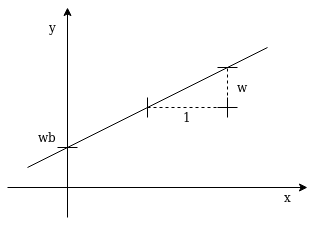
Earlier version of the draw.io export assets/images/linear_function.png (m-a-h-e/m-a-h-e.github.io). Source tidied: cells renumbered, new cells last; positions are measured from the earlier drawing's top-left corner, leaving out a move shared by most shapes. Its diagram source:
```xml
<mxGraphModel>
  <root>
    <mxCell id="0" />
    <mxCell id="1" parent="0" />
    <mxCell id="2" style="endArrow=classic;html=1;" parent="1" edge="1">
      <mxGeometry relative="1" as="geometry">
        <mxPoint x="60" y="210" as="sourcePoint" />
        <mxPoint x="60" as="targetPoint" />
      </mxGeometry>
    </mxCell>
    <mxCell id="3" style="endArrow=classic;html=1;" parent="1" edge="1">
      <mxGeometry relative="1" as="geometry">
        <mxPoint y="180" as="sourcePoint" />
        <mxPoint x="300" y="180" as="targetPoint" />
      </mxGeometry>
    </mxCell>
    <mxCell id="4" style="endArrow=none;html=1;" parent="1" edge="1">
      <mxGeometry relative="1" as="geometry">
        <mxPoint x="20" y="160" as="sourcePoint" />
        <mxPoint x="260" y="40" as="targetPoint" />
      </mxGeometry>
    </mxCell>
    <mxCell id="5" style="endArrow=none;dashed=1;html=1;" parent="1" edge="1">
      <mxGeometry relative="1" as="geometry">
        <mxPoint x="140" y="100" as="sourcePoint" />
        <mxPoint x="220" y="100" as="targetPoint" />
      </mxGeometry>
    </mxCell>
    <mxCell id="6" style="endArrow=none;dashed=1;html=1;" parent="1" edge="1">
      <mxGeometry relative="1" as="geometry">
        <mxPoint x="220" y="100" as="sourcePoint" />
        <mxPoint x="220" y="60" as="targetPoint" />
      </mxGeometry>
    </mxCell>
    <mxCell id="7" value="1" style="text;html=1;strokeColor=none;fillColor=none;align=center;verticalAlign=middle;whiteSpace=wrap;rounded=0;" parent="1" vertex="1">
      <mxGeometry x="160" y="100" width="40" height="20" as="geometry" />
    </mxCell>
    <mxCell id="8" value="w" style="text;html=1;strokeColor=none;fillColor=none;align=center;verticalAlign=middle;whiteSpace=wrap;rounded=0;" parent="1" vertex="1">
      <mxGeometry x="220" y="70" width="30" height="20" as="geometry" />
    </mxCell>
    <mxCell id="9" style="endArrow=none;html=1;" parent="1" edge="1">
      <mxGeometry relative="1" as="geometry">
        <mxPoint x="50" y="140" as="sourcePoint" />
        <mxPoint x="70" y="140" as="targetPoint" />
      </mxGeometry>
    </mxCell>
    <mxCell id="10" value="wb" style="text;html=1;strokeColor=none;fillColor=none;align=center;verticalAlign=middle;whiteSpace=wrap;rounded=0;" parent="1" vertex="1">
      <mxGeometry x="20" y="120" width="40" height="20" as="geometry" />
    </mxCell>
    <mxCell id="11" value="x" style="text;html=1;strokeColor=none;fillColor=none;align=center;verticalAlign=middle;whiteSpace=wrap;rounded=0;" parent="1" vertex="1">
      <mxGeometry x="260" y="180" width="40" height="20" as="geometry" />
    </mxCell>
    <mxCell id="12" value="y" style="text;html=1;strokeColor=none;fillColor=none;align=center;verticalAlign=middle;whiteSpace=wrap;rounded=0;" parent="1" vertex="1">
      <mxGeometry x="30" y="10" width="30" height="20" as="geometry" />
    </mxCell>
    <mxCell id="13" style="endArrow=none;html=1;" parent="1" edge="1">
      <mxGeometry relative="1" as="geometry">
        <mxPoint x="140" y="110" as="sourcePoint" />
        <mxPoint x="140" y="90" as="targetPoint" />
      </mxGeometry>
    </mxCell>
    <mxCell id="14" style="endArrow=none;html=1;" parent="1" edge="1">
      <mxGeometry relative="1" as="geometry">
        <mxPoint x="230" y="60" as="sourcePoint" />
        <mxPoint x="210" y="60" as="targetPoint" />
      </mxGeometry>
    </mxCell>
    <mxCell id="15" style="endArrow=none;html=1;" parent="1" edge="1">
      <mxGeometry relative="1" as="geometry">
        <mxPoint x="210" y="100" as="sourcePoint" />
        <mxPoint x="230" y="100" as="targetPoint" />
      </mxGeometry>
    </mxCell>
    <mxCell id="16" style="endArrow=none;html=1;entryX=0;entryY=1;entryDx=0;entryDy=0;" parent="1" edge="1" target="8">
      <mxGeometry relative="1" as="geometry">
        <mxPoint x="220" y="110" as="sourcePoint" />
      </mxGeometry>
    </mxCell>
  </root>
</mxGraphModel>
```
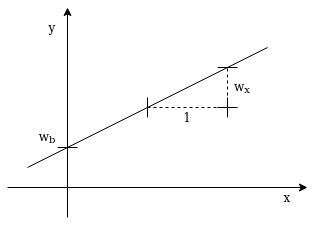
After the change.

Diff of the diagram source:
```diff
@@ -35,7 +35,7 @@
     <mxCell id="7" value="1" style="text;html=1;strokeColor=none;fillColor=none;align=center;verticalAlign=middle;whiteSpace=wrap;rounded=0;" parent="1" vertex="1">
       <mxGeometry x="160" y="100" width="40" height="20" as="geometry" />
     </mxCell>
-    <mxCell id="8" value="w" style="text;html=1;strokeColor=none;fillColor=none;align=center;verticalAlign=middle;whiteSpace=wrap;rounded=0;" parent="1" vertex="1">
+    <mxCell id="8" value="w&lt;sub&gt;x&lt;/sub&gt;" style="text;html=1;strokeColor=none;fillColor=none;align=center;verticalAlign=middle;whiteSpace=wrap;rounded=0;" parent="1" vertex="1">
       <mxGeometry x="220" y="70" width="30" height="20" as="geometry" />
     </mxCell>
     <mxCell id="9" style="endArrow=none;html=1;" parent="1" edge="1">
@@ -44,7 +44,7 @@
         <mxPoint x="70" y="140" as="targetPoint" />
       </mxGeometry>
     </mxCell>
-    <mxCell id="10" value="wb" style="text;html=1;strokeColor=none;fillColor=none;align=center;verticalAlign=middle;whiteSpace=wrap;rounded=0;" parent="1" vertex="1">
+    <mxCell id="10" value="w&lt;sub&gt;b&lt;/sub&gt;" style="text;html=1;strokeColor=none;fillColor=none;align=center;verticalAlign=middle;whiteSpace=wrap;rounded=0;" parent="1" vertex="1">
       <mxGeometry x="20" y="120" width="40" height="20" as="geometry" />
     </mxCell>
     <mxCell id="11" value="x" style="text;html=1;strokeColor=none;fillColor=none;align=center;verticalAlign=middle;whiteSpace=wrap;rounded=0;" parent="1" vertex="1">
```
